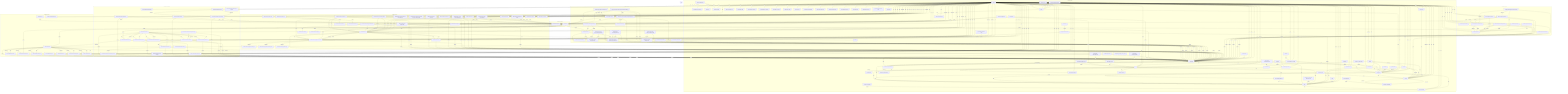
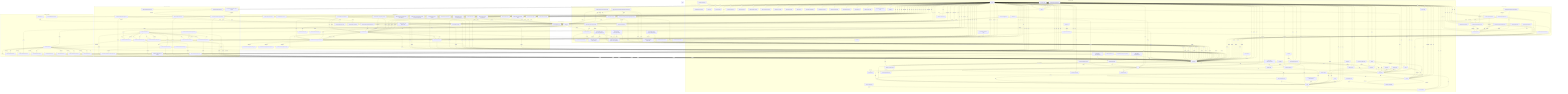
flowchart TD
  subgraph marketing["Marketing public"]
    N1["/"]
    N6["/#main-content"]
    N7["/academies-hiver"]
    N9["/access-required"]
    N11["/accompagnement-scolaire"]
    N15["/assessments/[id]/processing"]
    N16["/assessments/[id]/result"]
    N17["/auth/activate"]
    N20["/auth/mot-de-passe-oublie"]
    N21["/auth/reset-password"]
    N18["/auth/signin"]
    N2["/bilan-gratuit"]
    N23["/bilan-gratuit/confirmation"]
    N24["/bilan-pallier2-maths"]
    N25["/bilan-pallier2-maths/confirmation"]
    N26["/bilan-pallier2-maths/dashboard"]
    N27["/bilan-pallier2-maths/resultat/[id]"]
    N129["/candidat-libre-bac-francais"]
    N28["/catalogue-nexus-reussite-2026-2027.html"]
    N29["/conditions"]
    N22["/conditions-generales"]
    N31["/confidentialite.html"]
    N10["/contact"]
    N33["/corrige_dnb_maths_2026"]
    N109["/education"]
    N110["/equipe"]
    N111["/famille"]
    N112["/famille#offres"]
    N139["/grand-oral"]
    N58["/images/logo_slogan_nexus_x3.png"]
    N113["/inscription"]
    N80["/lamis"]
    N114["/maths-1ere"]
    N117["/mentions-legales"]
    N116["/mentions-legales.html"]
    N30["/mentions-legales#donnees"]
    N118["/nexus_selecteur.html"]
    N120["/notre-centre"]
    N3["/offres"]
    N140["/offres#1re-double-secu"]
    N141["/offres#2nde-maths"]
    N142["/offres#boussole-methode"]
    N143["/offres#boussole-orientation"]
    N144["/offres#brevet-complet"]
    N145["/offres#brevet-maths"]
    N146["/offres#cap-eaf"]
    N147["/offres#pass-candidat-libre"]
    N148["/offres#pass-cap-bac-1re"]
    N4["/offres#section-annual"]
    N125["/offres#section-intensifs"]
    N5["/offres#section-libre"]
    N149["/offres#section-plateforme"]
    N150["/offres#studio-grand-oral"]
    N151["/offres#term-duo"]
    N152["/offres#term-libre-mixte"]
    N121["/plateforme"]
    N12["/plateforme-aria"]
    N32["/politique-confidentialite"]
    N153["/preparation-bac-francais-tunis"]
    N115["/programme/maths-1ere"]
    N122["/programme/maths-1ere-stmg"]
    N123["/questionnaire"]
    N119["/recommandation"]
    N34["/ressources"]
    N154["/reussir-eaf"]
    N124["/session/video"]
    N8["/stages"]
    N126["/stages/[stageSlug]/inscription"]
    N127["/tarifs"]
    N128["shared"]
  end
  subgraph dashboard_parent["Dashboard parent"]
    N39["/dashboard/parent"]
    N98["/dashboard/parent/abonnements"]
    N99["/dashboard/parent/children"]
    N100["/dashboard/parent/enfant/[studentId]"]
    N101["/dashboard/parent/factures"]
    N102["/dashboard/parent/npc"]
    N103["/dashboard/parent/paiement"]
    N104["/dashboard/parent/paiement/confirmation"]
    N105["/dashboard/parent/ressources"]
    N106["/dashboard/parent/stages"]
  end
  subgraph dashboard_coach["Dashboard coach"]
    N37["/dashboard/coach"]
    N65["/dashboard/coach/availability"]
    N63["/dashboard/coach/eaf-stage-printemps"]
    N66["/dashboard/coach/eaf-stage-printemps/[studentId]"]
    N67["/dashboard/coach/eleve/[studentId]"]
    N64["/dashboard/coach/maths-premiere-stage-printemps"]
    N68["/dashboard/coach/maths-premiere-stage-printemps/[studentId]"]
    N69["/dashboard/coach/npc"]
    N70["/dashboard/coach/npc/reports/[reportId]"]
    N71["/dashboard/coach/npc/submissions/[submissionId]/upload"]
    N72["/dashboard/coach/nsi-pratique-2026"]
    N73["/dashboard/coach/nsi-pratique-2026/[studentId]"]
    N74["/dashboard/coach/sessions"]
    N76["/dashboard/coach/stages"]
    N75["/dashboard/coach/stages/[stageSlug]/bilan/[studentId]"]
    N77["/dashboard/coach/students"]
  end
  subgraph dashboard_assistante["Dashboard assistante"]
    N36["/dashboard/assistante"]
    N52["/dashboard/assistante/assignments"]
    N47["/dashboard/assistante/coaches"]
    N53["/dashboard/assistante/credit-requests"]
    N54["/dashboard/assistante/credits"]
    N55["/dashboard/assistante/devis"]
    N56["/dashboard/assistante/devis/app"]
    N57["/dashboard/assistante/devis/assets/styles.css"]
    N48["/dashboard/assistante/docs"]
    N59["/dashboard/assistante/facturation"]
    N49["/dashboard/assistante/paiements"]
    N131["/dashboard/assistante/planning"]
    N60["/dashboard/assistante/stages"]
    N61["/dashboard/assistante/stages/planning"]
    N50["/dashboard/assistante/students"]
    N62["/dashboard/assistante/students/[studentId]"]
    N132["/dashboard/assistante/subscription-requests"]
    N51["/dashboard/assistante/subscriptions"]
  end
  subgraph dashboard_admin["Dashboard admin"]
    N13["/admin/directeur"]
    N35["/dashboard/admin"]
    N40["/dashboard/admin/activities"]
    N41["/dashboard/admin/analytics"]
    N42["/dashboard/admin/documents"]
    N130["/dashboard/admin/facturation"]
    N46["/dashboard/admin/stages"]
    N43["/dashboard/admin/subscriptions"]
    N44["/dashboard/admin/tests"]
    N45["/dashboard/admin/users"]
  end
  subgraph dashboard_eleve["Dashboard eleve"]
    N38["/dashboard/eleve"]
    N81["/dashboard/eleve/automatismes"]
    N82["/dashboard/eleve/bilans/[publicShareId]"]
    N84["/dashboard/eleve/documents"]
    N78["/dashboard/eleve/eam"]
    N85["/dashboard/eleve/npc"]
    N86["/dashboard/eleve/nsi-pratique-2026"]
    N87["/dashboard/eleve/programme/[subject]"]
    N88["/dashboard/eleve/programme/droit_eco"]
    N89["/dashboard/eleve/programme/management"]
    N79["/dashboard/eleve/programme/maths"]
    N90["/dashboard/eleve/programme/sgn"]
    N133["/dashboard/eleve/questionnaires/eaf-stage-printemps"]
    N134["/dashboard/eleve/questionnaires/maths-premiere-stage-printemps"]
    N91["/dashboard/eleve/ressources"]
    N93["/dashboard/eleve/sessions"]
    N95["/dashboard/eleve/stage-eam-stmg"]
    N96["/dashboard/eleve/stage-eam-stmg/diagnostic"]
    N97["/dashboard/eleve/stage-eam-stmg/livret"]
    N19["/dashboard/eleve/stages"]
    N135["/dashboard/eleve#aria"]
    N83["/dashboard/eleve#bilans"]
    N136["/dashboard/eleve#programme-maths"]
    N92["/dashboard/eleve#resources"]
    N94["/dashboard/eleve#sessions"]
    N137["/dashboard/eleve#stages"]
    N138["/dashboard/eleve#survival"]
    N108["/dashboard/eleve#trajectory"]
  end
  subgraph dashboard_shared["Dashboard partage"]
    N14["/dashboard"]
    N107["/dashboard/trajectoire"]
  end
  subgraph api["API"]
  end
  N1 -->|CTA| N2
  N1 -->|CTA| N3
  N1 -->|CTA| N4
  N1 -->|CTA| N5
  N1 -->|contextuel| N6
  N7 -->|redirect| N8
  N9 -->|CTA| N10
  N9 -->|CTA| N3
  N11 -->|CTA| N2
  N11 -->|CTA| N3
  N11 -->|CTA| N12
  N13 -->|redirect| N14
  N15 -->|redirect| N1
  N16 -->|redirect| N1
  N16 -->|redirect| N14
  N17 -->|redirect| N18
  N17 -->|redirect| N19
  N20 -->|contextuel| N18
  N20 -->|CTA| N18
  N21 -->|CTA| N20
  N21 -->|CTA| N18
  N18 -->|contextuel| N20
  N18 -->|CTA| N2
  N18 -->|CTA| N22
  N2 -->|redirect| N23
  N2 -->|CTA| N10
  N2 -->|CTA| N3
  N23 -->|CTA| N1
  N23 -->|CTA| N3
  N24 -->|CTA| N1
  N25 -->|CTA| N1
  N25 -->|CTA| N3
  N26 -->|CTA| N24
  N27 -->|CTA| N24
  N28 -->|redirect| N3
  N29 -->|redirect| N22
  N22 -->|contextuel| N30
  N22 -->|CTA| N3
  N31 -->|redirect| N32
  N10 -->|CTA| N2
  N10 -->|contextuel| N32
  N33 -->|redirect| N34
  N14 -->|redirect| N18
  N14 -->|redirect| N35
  N14 -->|redirect| N36
  N14 -->|redirect| N37
  N14 -->|redirect| N38
  N14 -->|redirect| N39
  N35 -->|redirect| N18
  N35 -->|CTA| N26
  N35 -->|contextuel| N40
  N35 -->|contextuel| N41
  N35 -->|contextuel| N42
  N35 -->|contextuel| N43
  N35 -->|contextuel| N44
  N35 -->|contextuel| N45
  N40 -->|redirect| N18
  N40 -->|CTA| N35
  N41 -->|redirect| N18
  N41 -->|CTA| N35
  N42 -->|redirect| N14
  N46 -->|redirect| N18
  N43 -->|redirect| N18
  N43 -->|CTA| N35
  N45 -->|redirect| N18
  N45 -->|CTA| N35
  N36 -->|redirect| N18
  N36 -->|CTA| N47
  N36 -->|CTA| N48
  N36 -->|contextuel| N49
  N36 -->|CTA| N50
  N36 -->|CTA| N51
  N52 -->|redirect| N18
  N52 -->|redirect| N14
  N52 -->|redirect| N52
  N47 -->|redirect| N18
  N47 -->|CTA| N36
  N53 -->|redirect| N18
  N54 -->|redirect| N18
  N54 -->|contextuel| N36
  N55 -->|redirect| N18
  N55 -->|redirect| N14
  N56 -->|contextuel| N57
  N56 -->|contextuel| N58
  N48 -->|redirect| N18
  N48 -->|redirect| N14
  N48 -->|contextuel| N35
  N48 -->|contextuel| N36
  N59 -->|redirect| N18
  N49 -->|redirect| N18
  N49 -->|CTA| N36
  N60 -->|contextuel| N61
  N61 -->|redirect| N18
  N61 -->|redirect| N14
  N61 -->|contextuel| N60
  N50 -->|redirect| N18
  N50 -->|contextuel| N36
  N50 -->|CTA| N54
  N62 -->|redirect| N18
  N62 -->|CTA| N50
  N51 -->|redirect| N18
  N51 -->|contextuel| N36
  N51 -->|redirect| N51
  N37 -->|redirect| N18
  N37 -->|redirect| N63
  N37 -->|redirect| N64
  N65 -->|redirect| N18
  N63 -->|redirect| N18
  N66 -->|redirect| N18
  N66 -->|contextuel| N63
  N66 -->|redirect| N63
  N67 -->|redirect| N18
  N67 -->|CTA| N37
  N67 -->|redirect| N37
  N64 -->|redirect| N18
  N68 -->|redirect| N18
  N68 -->|CTA| N64
  N68 -->|redirect| N64
  N69 -->|redirect| N18
  N69 -->|redirect| N14
  N70 -->|redirect| N18
  N70 -->|redirect| N14
  N70 -->|CTA| N69
  N70 -->|redirect| N69
  N71 -->|redirect| N18
  N71 -->|redirect| N14
  N71 -->|CTA| N69
  N71 -->|redirect| N69
  N72 -->|redirect| N18
  N73 -->|redirect| N18
  N73 -->|contextuel| N72
  N74 -->|redirect| N18
  N75 -->|redirect| N18
  N75 -->|redirect| N14
  N75 -->|contextuel| N76
  N77 -->|redirect| N18
  N38 -->|CTA| N1
  N38 -->|redirect| N18
  N38 -->|CTA| N78
  N38 -->|CTA| N79
  N38 -->|CTA| N80
  N81 -->|redirect| N18
  N81 -->|redirect| N14
  N81 -->|CTA| N38
  N81 -->|redirect| N38
  N81 -->|CTA| N79
  N82 -->|redirect| N18
  N82 -->|CTA| N38
  N82 -->|CTA| N83
  N84 -->|redirect| N18
  N84 -->|redirect| N14
  N78 -->|redirect| N18
  N78 -->|CTA| N38
  N85 -->|redirect| N18
  N85 -->|redirect| N14
  N86 -->|redirect| N18
  N86 -->|contextuel| N38
  N87 -->|redirect| N18
  N87 -->|redirect| N14
  N87 -->|contextuel| N38
  N87 -->|redirect| N38
  N79 -->|redirect| N18
  N79 -->|redirect| N14
  N79 -->|contextuel| N38
  N79 -->|redirect| N38
  N79 -->|contextuel| N88
  N79 -->|contextuel| N89
  N79 -->|contextuel| N90
  N91 -->|redirect| N92
  N93 -->|redirect| N94
  N95 -->|redirect| N18
  N95 -->|redirect| N14
  N95 -->|redirect| N38
  N96 -->|redirect| N18
  N96 -->|redirect| N14
  N96 -->|redirect| N38
  N97 -->|redirect| N18
  N97 -->|redirect| N14
  N97 -->|redirect| N38
  N19 -->|redirect| N18
  N19 -->|CTA| N38
  N39 -->|redirect| N18
  N98 -->|redirect| N18
  N98 -->|contextuel| N39
  N99 -->|redirect| N39
  N100 -->|redirect| N18
  N100 -->|CTA| N39
  N100 -->|redirect| N39
  N101 -->|redirect| N18
  N101 -->|redirect| N14
  N101 -->|contextuel| N39
  N102 -->|redirect| N18
  N102 -->|redirect| N39
  N103 -->|redirect| N18
  N103 -->|contextuel| N98
  N103 -->|redirect| N98
  N104 -->|CTA| N10
  N104 -->|CTA| N39
  N104 -->|contextuel| N98
  N104 -->|contextuel| N103
  N105 -->|redirect| N18
  N106 -->|redirect| N18
  N106 -->|CTA| N39
  N107 -->|redirect| N108
  N109 -->|redirect| N11
  N110 -->|CTA| N2
  N110 -->|contextuel| N10
  N110 -->|CTA| N10
  N111 -->|CTA| N2
  N111 -->|CTA| N10
  N111 -->|contextuel| N110
  N111 -->|CTA| N112
  N113 -->|redirect| N2
  N114 -->|redirect| N115
  N116 -->|redirect| N117
  N118 -->|redirect| N119
  N120 -->|CTA| N10
  N3 -->|CTA| N119
  N121 -->|redirect| N12
  N12 -->|CTA| N2
  N12 -->|CTA| N3
  N32 -->|contextuel| N10
  N115 -->|redirect| N79
  N115 -->|redirect| N3
  N122 -->|redirect| N79
  N123 -->|redirect| N2
  N119 -->|CTA| N2
  N34 -->|CTA| N2
  N34 -->|CTA| N3
  N124 -->|redirect| N18
  N8 -->|CTA| N2
  N8 -->|CTA| N125
  N126 -->|contextuel| N8
  N127 -->|redirect| N3
  N128 -->|footer| N1
  N128 -->|nav| N1
  N128 -->|contextuel| N1
  N128 -->|footer| N11
  N128 -->|nav| N11
  N128 -->|nav| N13
  N128 -->|nav| N18
  N128 -->|redirect| N18
  N128 -->|CTA| N18
  N128 -->|CTA| N2
  N128 -->|footer| N2
  N128 -->|nav| N2
  N128 -->|contextuel| N129
  N128 -->|contextuel| N22
  N128 -->|footer| N22
  N128 -->|contextuel| N10
  N128 -->|footer| N10
  N128 -->|nav| N10
-   N128 -->|CTA| N10
  N128 -->|nav| N35
  N128 -->|nav| N40
  N128 -->|nav| N41
  N128 -->|nav| N42
  N128 -->|nav| N130
  N128 -->|nav| N46
  N128 -->|nav| N43
  N128 -->|nav| N44
  N128 -->|nav| N45
  N128 -->|nav| N36
  N128 -->|nav| N52
  N128 -->|nav| N47
  N128 -->|nav| N53
  N128 -->|nav| N55
  N128 -->|nav| N48
  N128 -->|nav| N59
  N128 -->|nav| N49
  N128 -->|nav| N131
  N128 -->|nav| N60
  N128 -->|nav| N50
  N128 -->|nav| N132
  N128 -->|nav| N51
  N128 -->|nav| N37
  N128 -->|nav| N65
  N128 -->|nav| N69
  N128 -->|nav| N72
  N128 -->|nav| N74
  N128 -->|nav| N76
  N128 -->|nav| N77
  N128 -->|nav| N38
  N128 -->|contextuel| N38
  N128 -->|CTA| N81
  N128 -->|contextuel| N81
  N128 -->|nav| N84
  N128 -->|contextuel| N78
  N128 -->|nav| N85
  N128 -->|contextuel| N86
  N128 -->|nav| N86
  N128 -->|contextuel| N79
  N128 -->|CTA| N133
  N128 -->|CTA| N134
  N128 -->|CTA| N95
  N128 -->|CTA| N96
  N128 -->|CTA| N97
  N128 -->|nav| N135
  N128 -->|nav| N136
  N128 -->|nav| N92
  N128 -->|nav| N94
  N128 -->|nav| N137
  N128 -->|contextuel| N138
  N128 -->|nav| N39
  N128 -->|nav| N98
  N128 -->|nav| N99
  N128 -->|nav| N101
  N128 -->|nav| N102
  N128 -->|nav| N103
  N128 -->|nav| N105
  N128 -->|nav| N106
  N128 -->|contextuel| N107
  N128 -->|footer| N110
-   N128 -->|contextuel| N111
-   N128 -->|CTA| N111
+   N128 -->|footer| N111
  N128 -->|contextuel| N139
  N128 -->|footer| N117
  N128 -->|footer| N120
  N128 -->|nav| N120
  N128 -->|footer| N3
  N128 -->|nav| N3
  N128 -->|CTA| N3
  N128 -->|CTA| N140
  N128 -->|CTA| N141
  N128 -->|CTA| N142
  N128 -->|CTA| N143
  N128 -->|CTA| N144
  N128 -->|CTA| N145
  N128 -->|CTA| N146
  N128 -->|CTA| N147
  N128 -->|CTA| N148
  N128 -->|nav| N4
  N128 -->|nav| N125
  N128 -->|nav| N149
  N128 -->|CTA| N150
  N128 -->|CTA| N151
  N128 -->|CTA| N152
  N128 -->|footer| N12
  N128 -->|nav| N12
  N128 -->|contextuel| N153
  N128 -->|nav| N119
  N128 -->|CTA| N119
  N128 -->|footer| N34
  N128 -->|nav| N34
  N128 -->|contextuel| N154
  N128 -->|footer| N8
  N128 -->|nav| N8
  N128 -->|contextuel| N8
